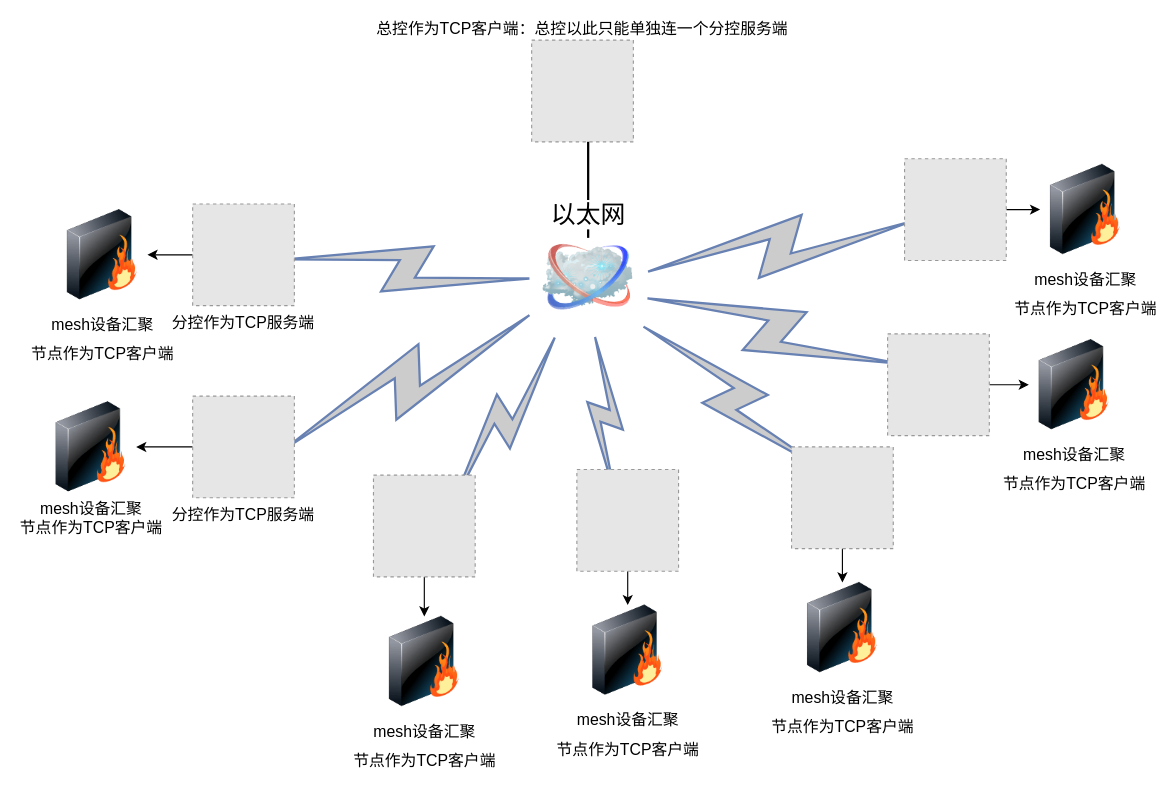
AkiraZheng/diagrams keeps this draw.io diagram as page "逻辑1" (1 of 2) of 未命名绘图.drawio. Above is the earlier version. Source tidied: cells renumbered, new cells numbered last; positions are measured from the earlier drawing's top-left corner, leaving out a move shared by most shapes. Both pictures are drawn from the tidied source at 113%, with x=0, y=0 at pixel (45, 40). Pictures stored in the file or linked from it are replaced by grey dashed boxes.
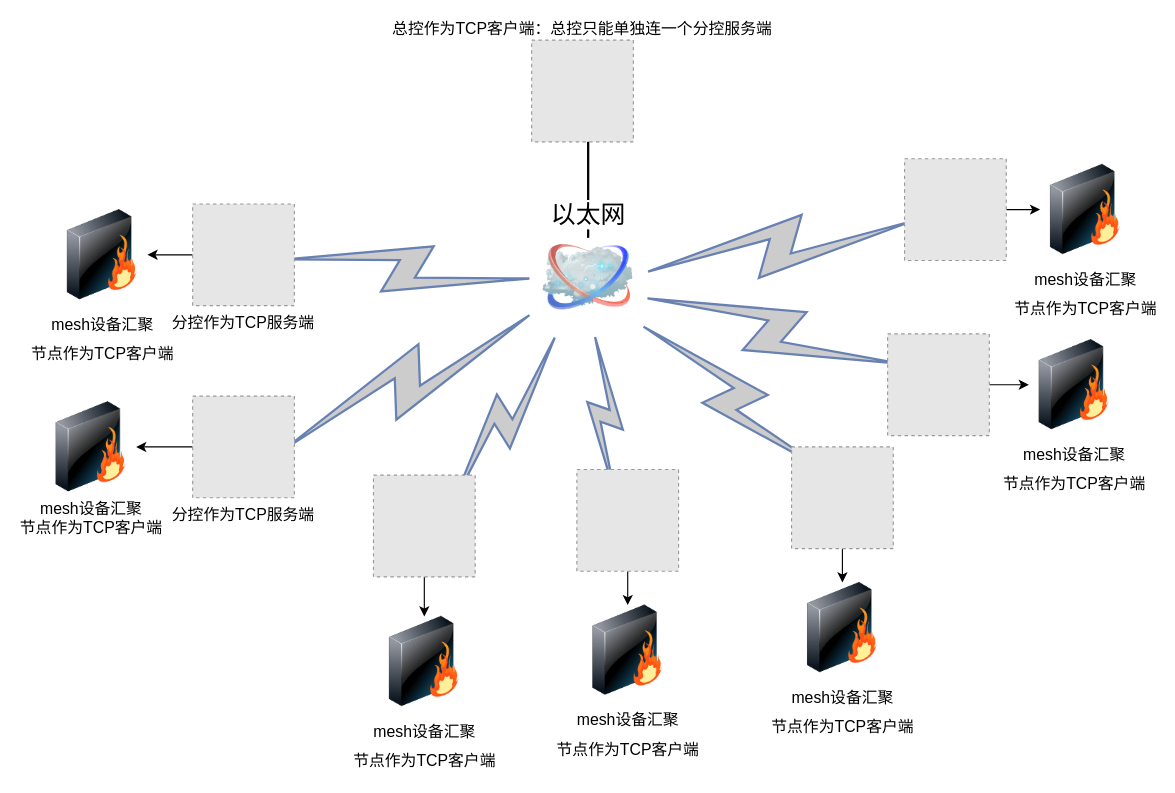
The same page after the edit.

Commit message (it also covers changes not shown here):
更新未命名绘图.drawio

The edit, as a diff of the source:
```diff
@@
-    <mxCell id="32" value="总控作为TCP客户端：总控以此只能单独连一个分控服务端" style="fillColor=#E6E6E6;strokeColor=#999999;dashed=1;verticalLabelPosition=top;labelBackgroundColor=default;verticalAlign=bottom;fontSize=14;labelPosition=center;align=center;" parent="1" vertex="1">
+    <mxCell id="32" value="总控作为TCP客户端：总控只能单独连一个分控服务端" style="fillColor=#E6E6E6;strokeColor=#999999;dashed=1;verticalLabelPosition=top;labelBackgroundColor=default;verticalAlign=bottom;fontSize=14;labelPosition=center;align=center;" parent="1" vertex="1">
       <mxGeometry x="430" width="90" height="90" as="geometry" />
     </mxCell>
```
